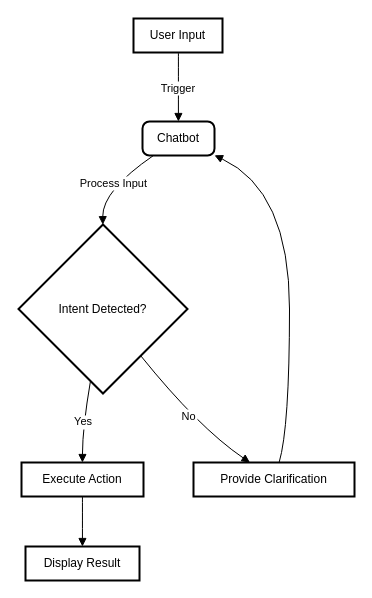
henrynkh18/my-first-blog keeps this draw.io diagram as Untitled Diagram.drawio. Above is the earlier version. Source tidied: cells renumbered, new cells numbered last; positions are measured from the earlier drawing's top-left corner, leaving out a move shared by most shapes. Both pictures are drawn from the tidied source at 100%, with x=0, y=0 at pixel (18, 18).
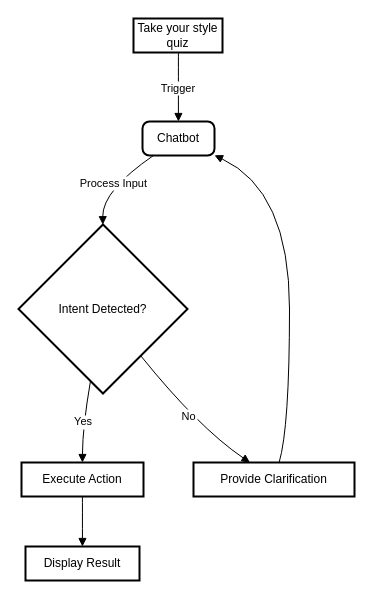
The same page after the edit.

Commit message:
AI styling engine UI flow

Change to the diagram source:
```diff
@@
 <mxGraphModel>
   <root>
     <mxCell id="0" />
     <mxCell id="1" parent="0" />
-    <mxCell id="2" value="User Input" style="whiteSpace=wrap;strokeWidth=2;" parent="1" vertex="1">
+    <mxCell id="2" value="Take your style quiz" style="whiteSpace=wrap;strokeWidth=2;" parent="1" vertex="1">
       <mxGeometry x="115" width="89" height="34" as="geometry" />
     </mxCell>
     <mxCell id="3" value="Chatbot" style="rounded=1;absoluteArcSize=1;arcSize=14;whiteSpace=wrap;strokeWidth=2;" parent="1" vertex="1">
       <mxGeometry x="124" y="103" width="72" height="34" as="geometry" />
     </mxCell>
     <mxCell id="4" value="Intent Detected?" style="rhombus;strokeWidth=2;whiteSpace=wrap;" parent="1" vertex="1">
       <mxGeometry y="206" width="169" height="169" as="geometry" />
     </mxCell>
     <mxCell id="5" value="Execute Action" style="whiteSpace=wrap;strokeWidth=2;" parent="1" vertex="1">
       <mxGeometry x="3" y="444" width="122" height="34" as="geometry" />
     </mxCell>
     <mxCell id="6" value="Provide Clarification" style="whiteSpace=wrap;strokeWidth=2;" parent="1" vertex="1">
       <mxGeometry x="175" y="444" width="161" height="34" as="geometry" />
     </mxCell>
     <mxCell id="7" value="Display Result" style="whiteSpace=wrap;strokeWidth=2;" parent="1" vertex="1">
       <mxGeometry x="7" y="528" width="114" height="34" as="geometry" />
     </mxCell>
     <mxCell id="8" value="Trigger" style="curved=1;startArrow=none;endArrow=block;exitX=0.504588014624092;exitY=1;entryX=0.49872685141033596;entryY=0;" parent="1" edge="1" source="2" target="3">
       <mxGeometry relative="1" as="geometry" />
     </mxCell>
     <mxCell id="9" value="Process Input" style="curved=1;startArrow=none;endArrow=block;exitX=0.15216311082613623;exitY=1;entryX=0.49891518135747964;entryY=0;" parent="1" edge="1" source="3" target="4">
       <mxGeometry relative="1" as="geometry">
         <Array as="points">
           <mxPoint x="84" y="172" />
         </Array>
       </mxGeometry>
     </mxCell>
     <mxCell id="10" value="Yes" style="curved=1;startArrow=none;endArrow=block;exitX=0.41339486344880677;exitY=0.9978303627149593;entryX=0.4995901584625244;entryY=-0.010784373563878676;" parent="1" edge="1" source="4" target="5">
       <mxGeometry relative="1" as="geometry">
         <Array as="points">
           <mxPoint x="64" y="409" />
         </Array>
       </mxGeometry>
     </mxCell>
     <mxCell id="11" value="No" style="curved=1;startArrow=none;endArrow=block;exitX=0.9018474580149108;exitY=0.9978303627149593;entryX=0.34729240961862123;entryY=-0.010784373563878676;" parent="1" edge="1" source="4" target="6">
       <mxGeometry relative="1" as="geometry">
         <Array as="points">
           <mxPoint x="180" y="409" />
         </Array>
       </mxGeometry>
     </mxCell>
     <mxCell id="12" style="curved=1;startArrow=none;endArrow=block;exitX=0.4995901584625244;exitY=0.9892156264361214;entryX=0.499561397652877;entryY=-0.010784373563878676;" parent="1" edge="1" source="5" target="7">
       <mxGeometry relative="1" as="geometry" />
     </mxCell>
     <mxCell id="13" style="curved=1;startArrow=none;endArrow=block;exitX=0.5324167353550646;exitY=-0.010784373563878676;entryX=0.9981481830279032;entryY=0.9922024488529293;" parent="1" edge="1" source="6" target="3">
       <mxGeometry relative="1" as="geometry">
         <Array as="points">
           <mxPoint x="271" y="409" />
           <mxPoint x="271" y="172" />
         </Array>
       </mxGeometry>
     </mxCell>
   </root>
 </mxGraphModel>
```
